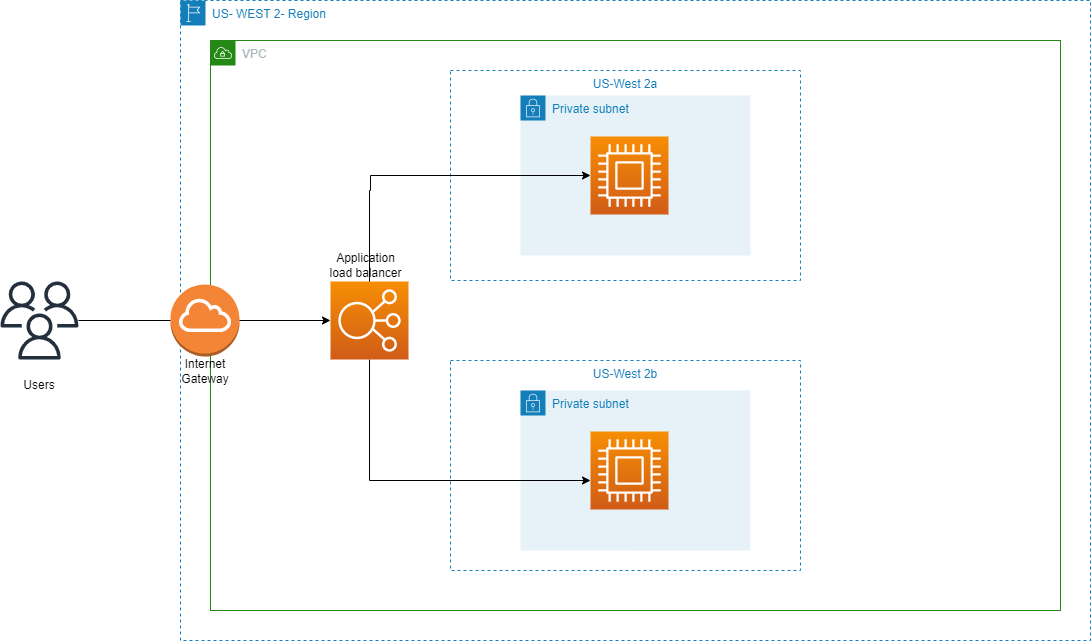
This is Terraform_ALB.drawio.png from devksom/terraform_Alb, a draw.io export, as it was before one commit. Source tidied: cells renumbered, new cells last; positions are measured from the earlier drawing's top-left corner, leaving out a move shared by most shapes.
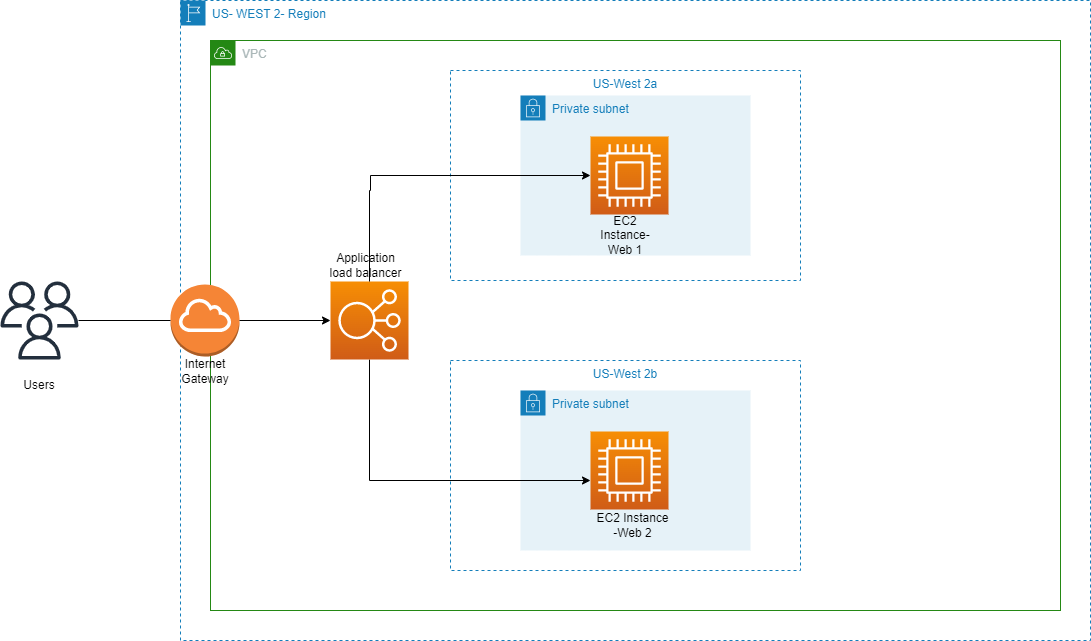
After the change.

Commit message:
Labled EC2 Instances

Diff of the diagram source:
```diff
@@ -40,6 +40,7 @@
       <mxGeometry relative="1" as="geometry">
         <Array as="points">
           <mxPoint x="159" y="150" />
+          <mxPoint x="160" y="150" />
           <mxPoint x="160" y="135" />
         </Array>
       </mxGeometry>
@@ -56,6 +57,12 @@
     <mxCell id="16" value="Internet Gateway" style="text;html=1;strokeColor=none;fillColor=none;align=center;verticalAlign=middle;whiteSpace=wrap;rounded=0;" parent="3" vertex="1">
       <mxGeometry x="-35.5" y="316" width="60" height="30" as="geometry" />
     </mxCell>
+    <mxCell id="20" value="EC2 Instance -Web 2" style="text;html=1;strokeColor=none;fillColor=none;align=center;verticalAlign=middle;whiteSpace=wrap;rounded=0;" parent="3" vertex="1">
+      <mxGeometry x="385" y="470" width="75" height="30" as="geometry" />
+    </mxCell>
+    <mxCell id="21" value="EC2 Instance-Web 1" style="text;html=1;strokeColor=none;fillColor=none;align=center;verticalAlign=middle;whiteSpace=wrap;rounded=0;" parent="3" vertex="1">
+      <mxGeometry x="385" y="180" width="60" height="30" as="geometry" />
+    </mxCell>
     <mxCell id="17" style="sketch=0;outlineConnect=0;fontColor=#232F3E;gradientColor=none;fillColor=#232F3D;strokeColor=none;dashed=0;verticalLabelPosition=bottom;verticalAlign=top;align=center;html=1;fontSize=12;fontStyle=0;shape=mxgraph.aws4.users;" parent="1" vertex="1">
       <mxGeometry y="281" width="78" height="78" as="geometry" />
     </mxCell>
```
